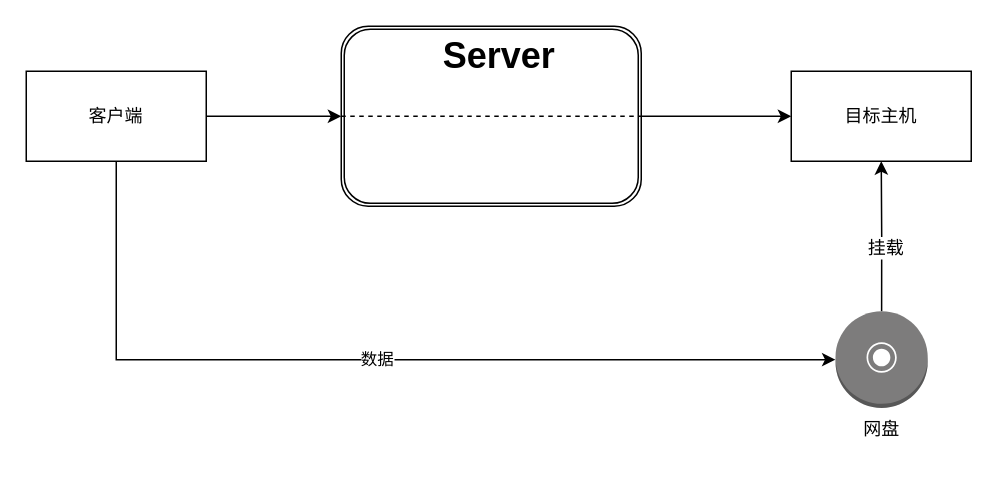
Before: page "Page-5" (5 of 5) of Untitled Diagram.drawio in cpu6660/knight, a draw.io diagram. Source tidied: cells renumbered, new cells numbered last; positions are measured from the earlier drawing's top-left corner, leaving out a move shared by most shapes. Both pictures are drawn from the tidied source at 150%, with x=0, y=0 at pixel (26, 26).
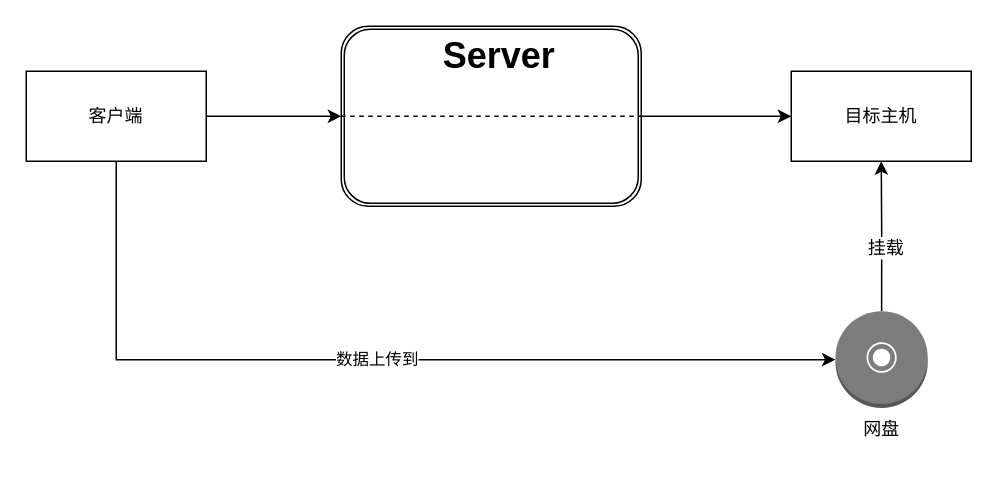
After the change.

The edit, as a diff of the source:
```diff
@@
 <mxGraphModel>
   <root>
     <mxCell id="0" />
     <mxCell id="1" parent="0" />
     <mxCell id="2" style="edgeStyle=orthogonalEdgeStyle;rounded=0;jettySize=auto;html=1;exitX=1;exitY=0.5;exitDx=0;exitDy=0;entryX=0;entryY=0.5;entryDx=0;entryDy=0;" parent="1" edge="1" source="4" target="6">
       <mxGeometry relative="1" as="geometry" />
     </mxCell>
-    <mxCell id="3" value="数据" style="edgeStyle=orthogonalEdgeStyle;rounded=0;jettySize=auto;html=1;exitX=0.5;exitY=1;exitDx=0;exitDy=0;entryX=0;entryY=0.5;entryDx=0;entryDy=0;entryPerimeter=0;" parent="1" edge="1" source="4" target="12">
+    <mxCell id="3" value="数据上传到" style="edgeStyle=orthogonalEdgeStyle;rounded=0;jettySize=auto;html=1;exitX=0.5;exitY=1;exitDx=0;exitDy=0;entryX=0;entryY=0.5;entryDx=0;entryDy=0;entryPerimeter=0;" parent="1" edge="1" source="4" target="12">
       <mxGeometry relative="1" as="geometry" />
     </mxCell>
     <mxCell id="4" value="客户端" style="rounded=0;whiteSpace=wrap;html=1;" parent="1" vertex="1">
       <mxGeometry y="30" width="120" height="60" as="geometry" />
     </mxCell>
     <mxCell id="5" style="edgeStyle=orthogonalEdgeStyle;rounded=0;jettySize=auto;html=1;exitX=1;exitY=0.5;exitDx=0;exitDy=0;entryX=0;entryY=0.5;entryDx=0;entryDy=0;" parent="1" edge="1" source="6" target="7">
       <mxGeometry relative="1" as="geometry" />
     </mxCell>
     <mxCell id="6" style="shape=ext;double=1;rounded=1;whiteSpace=wrap;html=1;" parent="1" vertex="1">
       <mxGeometry x="210" width="200" height="120" as="geometry" />
     </mxCell>
     <mxCell id="7" value="目标主机" style="rounded=0;whiteSpace=wrap;html=1;" parent="1" vertex="1">
       <mxGeometry x="510" y="30" width="120" height="60" as="geometry" />
     </mxCell>
     <mxCell id="8" value="Server" style="text;strokeColor=none;fillColor=none;html=1;fontSize=24;fontStyle=1;verticalAlign=middle;align=center;" parent="1" vertex="1">
       <mxGeometry x="265" width="100" height="40" as="geometry" />
     </mxCell>
     <mxCell id="9" style="endArrow=none;dashed=1;html=1;entryX=1;entryY=0.5;entryDx=0;entryDy=0;exitX=0;exitY=0.5;exitDx=0;exitDy=0;" parent="1" edge="1" source="6" target="6">
       <mxGeometry relative="1" as="geometry" />
     </mxCell>
     <mxCell id="10" style="edgeStyle=orthogonalEdgeStyle;rounded=0;jettySize=auto;html=1;exitX=0.5;exitY=0;exitDx=0;exitDy=0;exitPerimeter=0;" parent="1" edge="1" source="12" target="7">
       <mxGeometry relative="1" as="geometry" />
     </mxCell>
     <mxCell id="11" value="挂载" style="text;html=1;align=center;verticalAlign=middle;labelBackgroundColor=#ffffff;" parent="10" vertex="1">
       <mxGeometry x="-0.14" y="-2" relative="1" as="geometry" />
     </mxCell>
     <mxCell id="12" value="网盘&lt;br&gt;&lt;br&gt;" style="outlineConnect=0;dashed=0;verticalLabelPosition=bottom;verticalAlign=top;align=center;html=1;shape=mxgraph.aws3.disk;fillColor=#7D7C7C;gradientColor=none;" parent="1" vertex="1">
       <mxGeometry x="539.5" y="190" width="61.5" height="64.5" as="geometry" />
     </mxCell>
   </root>
 </mxGraphModel>
```
